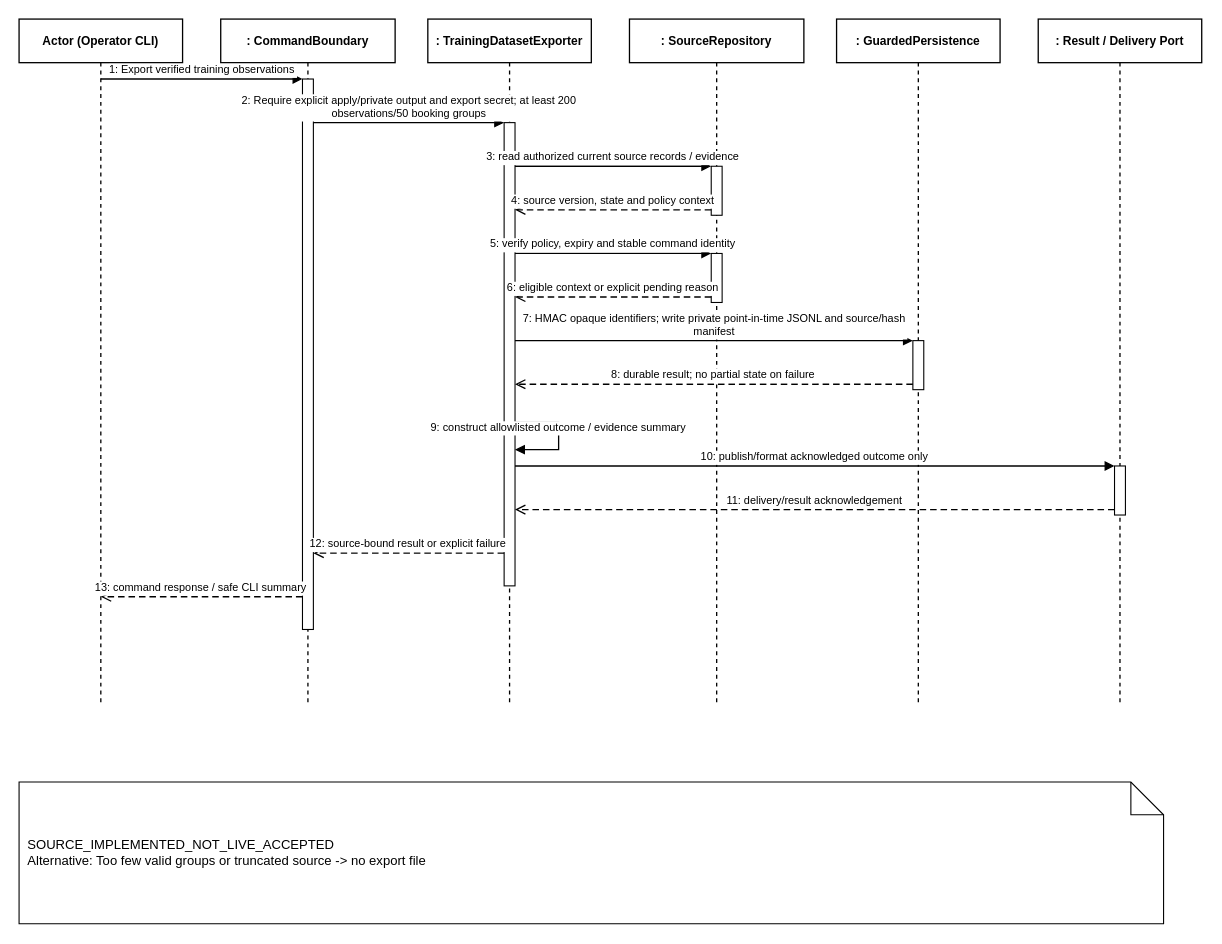
ngocthanhhx7/SEP490_G101_FALL2026 keeps this draw.io diagram as doc/reports/report4/sequence/ai-02.drawio. Above is the earlier version. Source tidied: cells renumbered, new cells numbered last; positions are measured from the earlier drawing's top-left corner, leaving out a move shared by most shapes. Both pictures are drawn from the tidied source at 109%, with x=0, y=0 at pixel (19, 19).
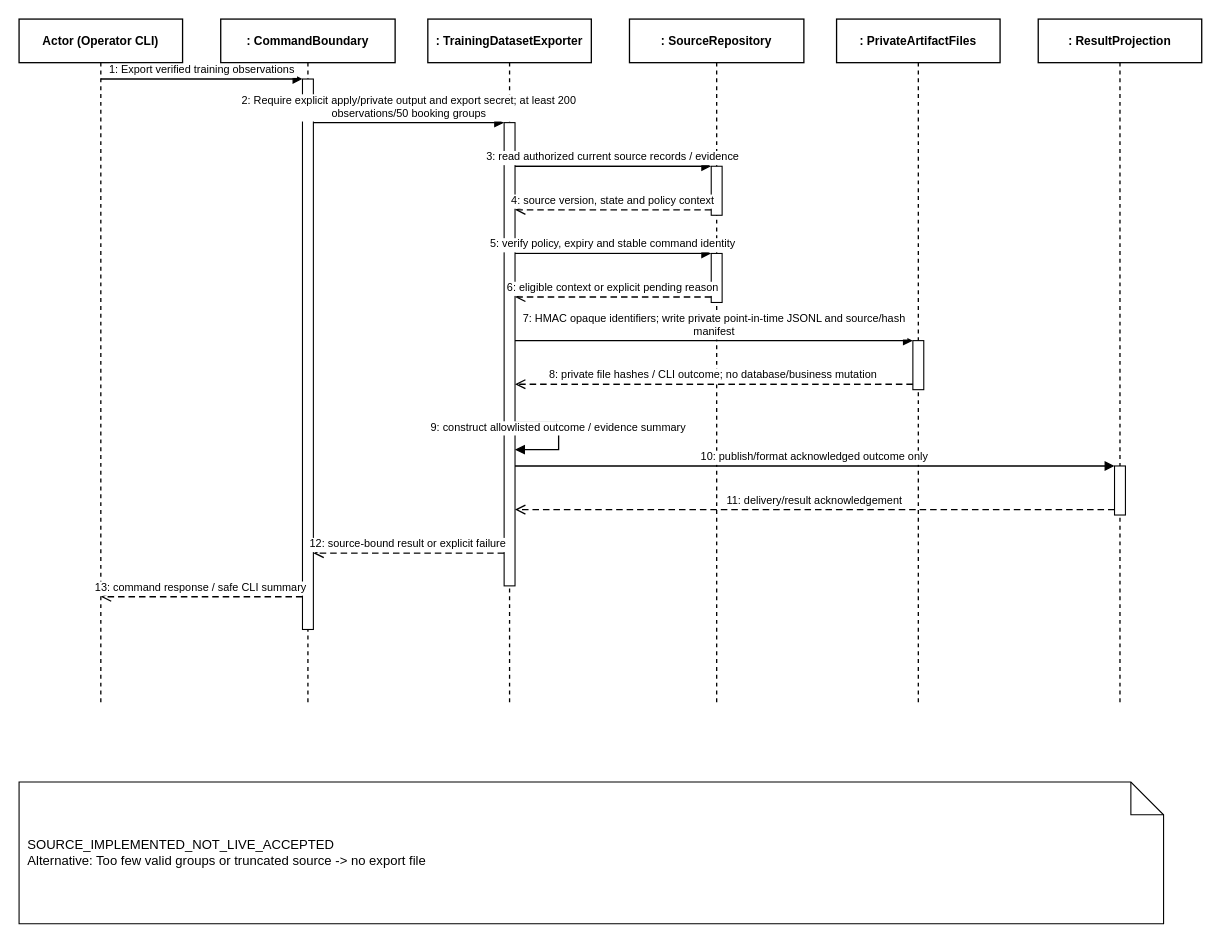
After the change.

Diff of the diagram source:
```diff
@@
-    <mxCell id="6" value=": GuardedPersistence" style="shape=umlLifeline;perimeter=lifelinePerimeter;whiteSpace=wrap;html=0;size=40;fillColor=#FFFFFF;strokeColor=#000000;strokeWidth=1.2;fontStyle=1;fontSize=11;align=center;" parent="1" vertex="1">
+    <mxCell id="6" value=": PrivateArtifactFiles" style="shape=umlLifeline;perimeter=lifelinePerimeter;whiteSpace=wrap;html=0;size=40;fillColor=#FFFFFF;strokeColor=#000000;strokeWidth=1.2;fontStyle=1;fontSize=11;align=center;" parent="1" vertex="1">
       <mxGeometry x="750" width="150" height="630" as="geometry" />
     </mxCell>
-    <mxCell id="7" value=": Result / Delivery Port" style="shape=umlLifeline;perimeter=lifelinePerimeter;whiteSpace=wrap;html=0;size=40;fillColor=#FFFFFF;strokeColor=#000000;strokeWidth=1.2;fontStyle=1;fontSize=11;align=center;" parent="1" vertex="1">
+    <mxCell id="7" value=": ResultProjection" style="shape=umlLifeline;perimeter=lifelinePerimeter;whiteSpace=wrap;html=0;size=40;fillColor=#FFFFFF;strokeColor=#000000;strokeWidth=1.2;fontStyle=1;fontSize=11;align=center;" parent="1" vertex="1">
       <mxGeometry x="935" width="150" height="630" as="geometry" />
     </mxCell>
@@
-    <mxCell id="21" value="8: durable result; no partial state on failure" style="html=0;verticalAlign=bottom;endArrow=open;endSize=7;dashed=1;dashPattern=5 3;strokeColor=#000000;strokeWidth=1.2;fontSize=10;fontColor=#000000;edgeStyle=orthogonalEdgeStyle;rounded=0;" parent="1" edge="1">
+    <mxCell id="21" value="8: private file hashes / CLI outcome; no database/business mutation" style="html=0;verticalAlign=bottom;endArrow=open;endSize=7;dashed=1;dashPattern=5 3;strokeColor=#000000;strokeWidth=1.2;fontSize=10;fontColor=#000000;edgeStyle=orthogonalEdgeStyle;rounded=0;" parent="1" edge="1">
       <mxGeometry relative="1" as="geometry">
         <mxPoint x="820" y="335" as="sourcePoint" />
         <mxPoint x="455" y="335" as="targetPoint" />
       </mxGeometry>
     </mxCell>
```
